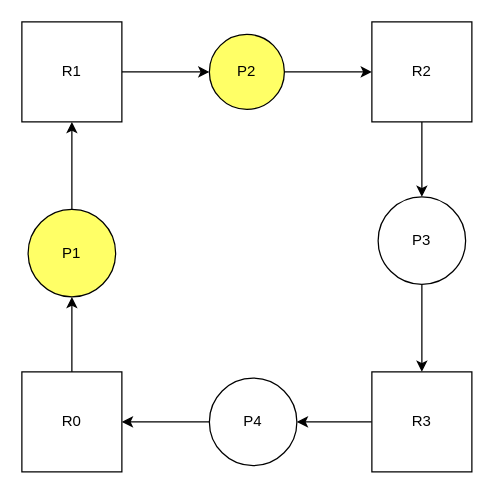
Earlier version of the draw.io diagram Untitled Diagram.drawio (uttamn/COSS). Source tidied: cells renumbered, new cells numbered last; positions are measured from the earlier drawing's top-left corner, leaving out a move shared by most shapes. Both pictures are drawn from the tidied source at 125%, with x=0, y=0 at pixel (21, 21).
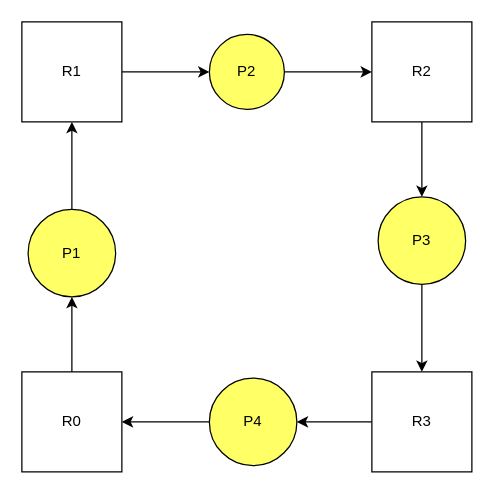
The same page after the edit.

Change to the diagram source:
```diff
@@
 <mxGraphModel>
   <root>
     <mxCell id="0" />
     <mxCell id="1" parent="0" />
     <mxCell id="2" style="edgeStyle=orthogonalEdgeStyle;rounded=0;jettySize=auto;html=1;exitX=0.5;exitY=0;exitDx=0;exitDy=0;entryX=0.5;entryY=1;entryDx=0;entryDy=0;" parent="1" edge="1" source="3" target="11">
       <mxGeometry relative="1" as="geometry" />
     </mxCell>
     <mxCell id="3" value="R0" style="whiteSpace=wrap;html=1;" parent="1" vertex="1">
       <mxGeometry y="280" width="80" height="80" as="geometry" />
     </mxCell>
     <mxCell id="4" style="edgeStyle=orthogonalEdgeStyle;rounded=0;jettySize=auto;html=1;exitX=1;exitY=0.5;exitDx=0;exitDy=0;entryX=0;entryY=0.5;entryDx=0;entryDy=0;" parent="1" edge="1" source="5" target="15">
       <mxGeometry relative="1" as="geometry" />
     </mxCell>
     <mxCell id="5" value="R1" style="whiteSpace=wrap;html=1;" parent="1" vertex="1">
       <mxGeometry width="80" height="80" as="geometry" />
     </mxCell>
     <mxCell id="6" style="edgeStyle=orthogonalEdgeStyle;rounded=0;jettySize=auto;html=1;exitX=0;exitY=0.5;exitDx=0;exitDy=0;entryX=1;entryY=0.5;entryDx=0;entryDy=0;" parent="1" edge="1" source="7" target="17">
       <mxGeometry relative="1" as="geometry" />
     </mxCell>
     <mxCell id="7" value="R3" style="whiteSpace=wrap;html=1;" parent="1" vertex="1">
       <mxGeometry x="280" y="280" width="80" height="80" as="geometry" />
     </mxCell>
     <mxCell id="8" style="edgeStyle=orthogonalEdgeStyle;rounded=0;jettySize=auto;html=1;exitX=0.5;exitY=1;exitDx=0;exitDy=0;entryX=0.5;entryY=0;entryDx=0;entryDy=0;" parent="1" edge="1" source="9" target="13">
       <mxGeometry relative="1" as="geometry" />
     </mxCell>
     <mxCell id="9" value="R2" style="whiteSpace=wrap;html=1;" parent="1" vertex="1">
       <mxGeometry x="280" width="80" height="80" as="geometry" />
     </mxCell>
     <mxCell id="10" style="edgeStyle=orthogonalEdgeStyle;rounded=0;jettySize=auto;html=1;exitX=0.5;exitY=0;exitDx=0;exitDy=0;" parent="1" edge="1" source="11">
       <mxGeometry relative="1" as="geometry">
         <mxPoint x="40" y="80" as="targetPoint" />
       </mxGeometry>
     </mxCell>
     <mxCell id="11" value="P1" style="ellipse;whiteSpace=wrap;html=1;fillColor=#FFFF66;" parent="1" vertex="1">
       <mxGeometry x="5" y="150" width="70" height="70" as="geometry" />
     </mxCell>
     <mxCell id="12" style="edgeStyle=orthogonalEdgeStyle;rounded=0;jettySize=auto;html=1;exitX=0.5;exitY=1;exitDx=0;exitDy=0;entryX=0.5;entryY=0;entryDx=0;entryDy=0;" parent="1" edge="1" source="13" target="7">
       <mxGeometry relative="1" as="geometry" />
     </mxCell>
-    <mxCell id="13" value="P3" style="ellipse;whiteSpace=wrap;html=1;" parent="1" vertex="1">
+    <mxCell id="13" value="P3" style="ellipse;whiteSpace=wrap;html=1;fillColor=#FFFF66;" parent="1" vertex="1">
       <mxGeometry x="285" y="140" width="70" height="70" as="geometry" />
     </mxCell>
     <mxCell id="14" style="edgeStyle=orthogonalEdgeStyle;rounded=0;jettySize=auto;html=1;exitX=1;exitY=0.5;exitDx=0;exitDy=0;" parent="1" edge="1" source="15">
       <mxGeometry relative="1" as="geometry">
         <mxPoint x="280" y="40" as="targetPoint" />
       </mxGeometry>
     </mxCell>
     <mxCell id="15" value="P2" style="ellipse;whiteSpace=wrap;html=1;fillColor=#FFFF66;" parent="1" vertex="1">
       <mxGeometry x="150" y="10" width="60" height="60" as="geometry" />
     </mxCell>
     <mxCell id="16" style="edgeStyle=orthogonalEdgeStyle;rounded=0;jettySize=auto;html=1;exitX=0;exitY=0.5;exitDx=0;exitDy=0;entryX=1;entryY=0.5;entryDx=0;entryDy=0;" parent="1" edge="1" source="17" target="3">
       <mxGeometry relative="1" as="geometry" />
     </mxCell>
-    <mxCell id="17" value="P4" style="ellipse;whiteSpace=wrap;html=1;" parent="1" vertex="1">
+    <mxCell id="17" value="P4" style="ellipse;whiteSpace=wrap;html=1;fillColor=#FFFF66;" parent="1" vertex="1">
       <mxGeometry x="150" y="285" width="70" height="70" as="geometry" />
     </mxCell>
   </root>
 </mxGraphModel>
```
